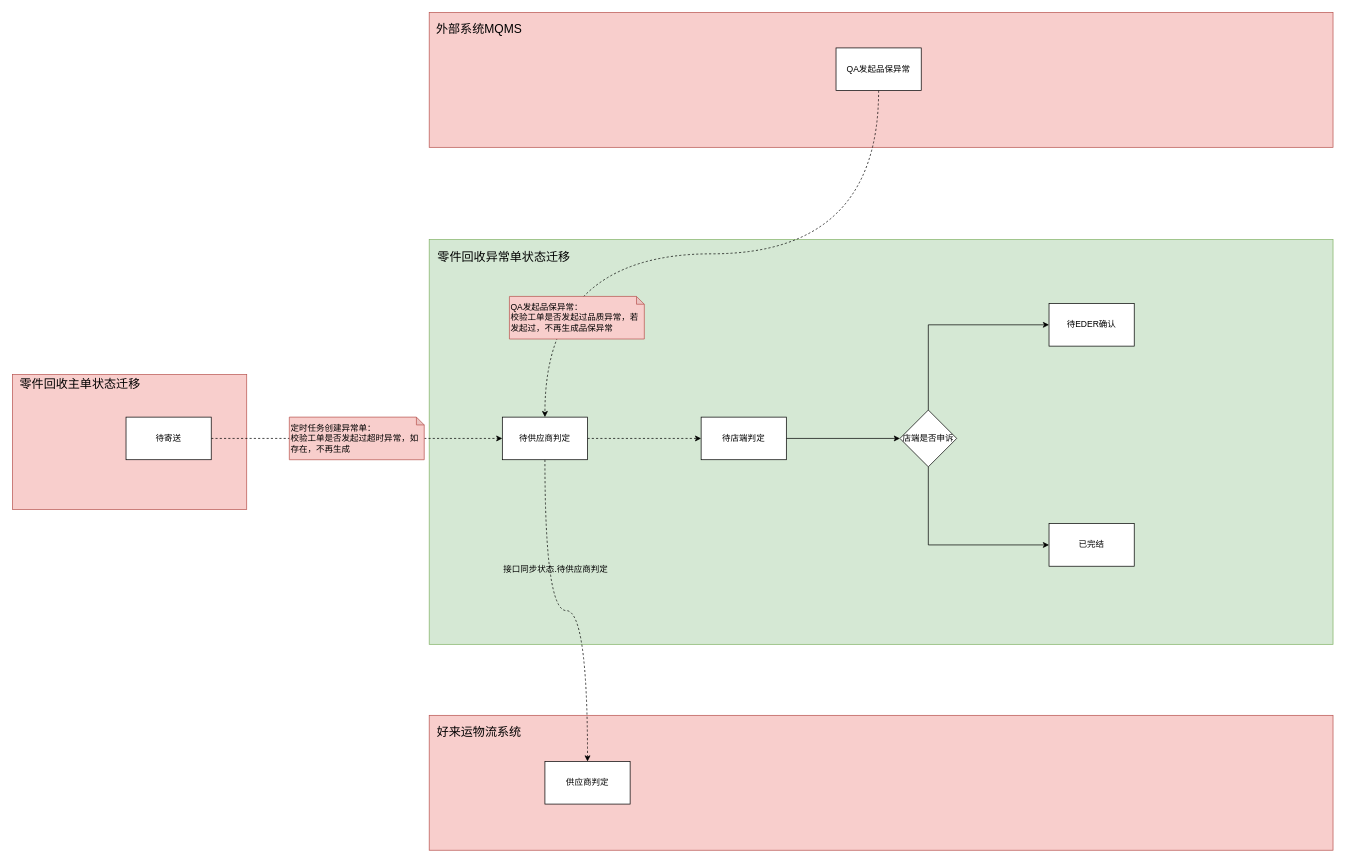
Above: 零件回收异常单事件设计.drawio in 1132489442/designer (draw.io), before the change. Source tidied: cells renumbered, new cells numbered last; positions are measured from the earlier drawing's top-left corner, leaving out a move shared by most shapes. Both pictures are drawn from the tidied source at 71%, with x=0, y=0 at pixel (12, 12).
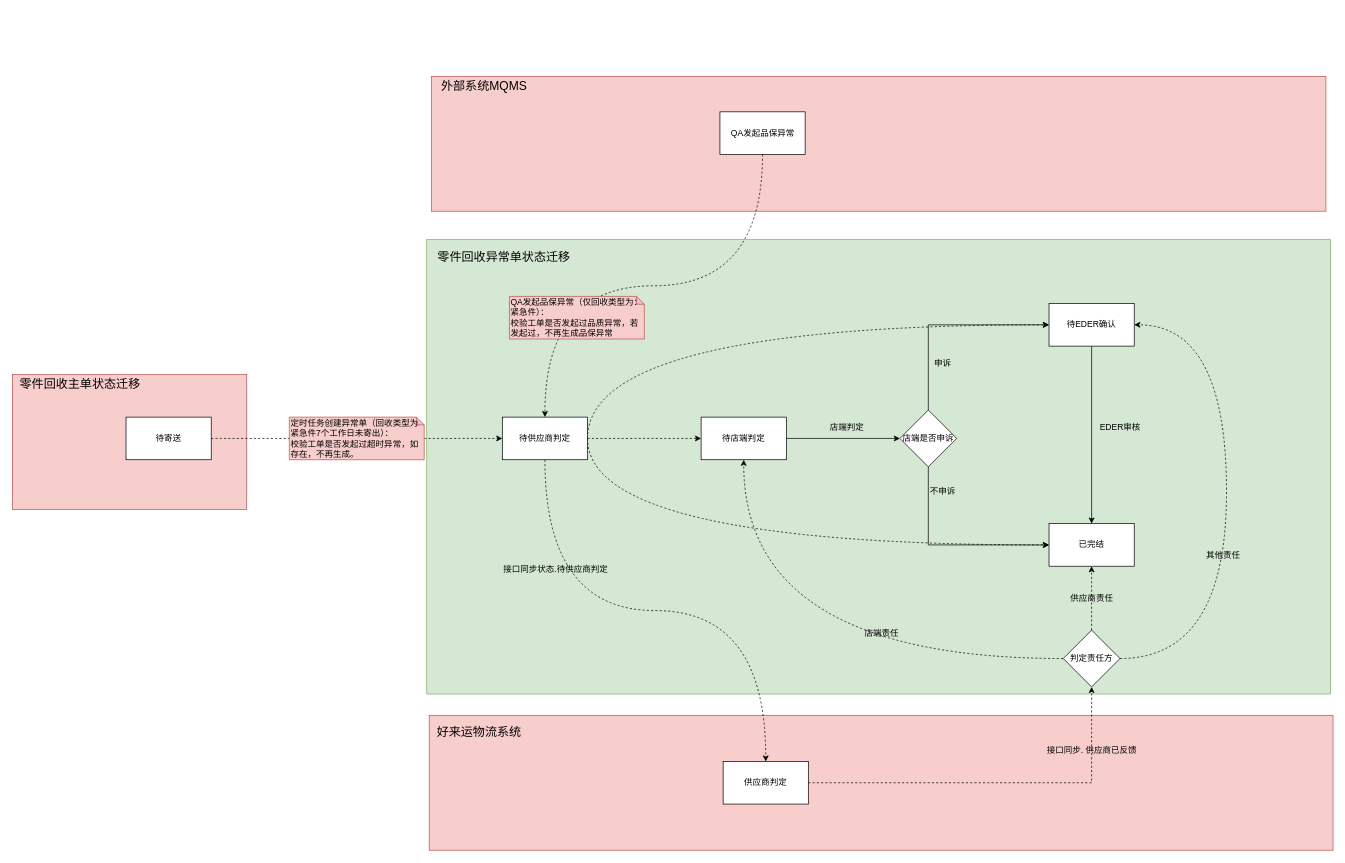
Above is the later version.

Commit message (it also covers changes not shown here):
更新零件回收异常单事件设计.drawio

The change refers to these unchanged cells:
```xml
<mxCell id="11" value="&lt;span style=&quot;font-size: 12px;&quot;&gt;待供应商判定&lt;/span&gt;" style="rounded=0;whiteSpace=wrap;html=1;" parent="1" vertex="1">
  <mxGeometry x="690" y="570" width="120" height="60" as="geometry" />
</mxCell>
<mxCell id="13" value="&lt;span style=&quot;font-size: 12px;&quot;&gt;待店端判定&lt;/span&gt;" style="rounded=0;whiteSpace=wrap;html=1;" parent="1" vertex="1">
  <mxGeometry x="970" y="570" width="120" height="60" as="geometry" />
</mxCell>
<mxCell id="14" value="&lt;span style=&quot;font-size: 12px;&quot;&gt;待EDER确认&lt;/span&gt;" style="rounded=0;whiteSpace=wrap;html=1;" parent="1" vertex="1">
  <mxGeometry x="1460" y="410" width="120" height="60" as="geometry" />
</mxCell>
<mxCell id="15" value="&lt;span style=&quot;font-size: 12px;&quot;&gt;已完结&lt;/span&gt;" style="rounded=0;whiteSpace=wrap;html=1;" parent="1" vertex="1">
  <mxGeometry x="1460" y="720" width="120" height="60" as="geometry" />
</mxCell>
```

Change to the diagram source:
```diff
@@
     <mxCell id="2" style="rounded=0;whiteSpace=wrap;html=1;fillColor=#f8cecc;strokeColor=#b85450;" parent="1" vertex="1">
-      <mxGeometry x="587" width="1273" height="190" as="geometry" />
+      <mxGeometry x="590" y="90" width="1260" height="190" as="geometry" />
     </mxCell>
     <mxCell id="3" style="rounded=0;whiteSpace=wrap;html=1;fillColor=#d5e8d4;strokeColor=#82b366;" parent="1" vertex="1">
-      <mxGeometry x="587" y="320" width="1273" height="570" as="geometry" />
+      <mxGeometry x="583.5" y="320" width="1273" height="640" as="geometry" />
     </mxCell>
@@
+    <mxCell id="28" style="edgeStyle=orthogonalEdgeStyle;rounded=0;jettySize=auto;html=1;exitX=1;exitY=0.5;exitDx=0;exitDy=0;entryX=0;entryY=0.5;entryDx=0;entryDy=0;dashed=1;curved=1;" parent="1" edge="1" source="11" target="15">
+      <mxGeometry relative="1" as="geometry">
+        <Array as="points">
+          <mxPoint x="810" y="750" />
+        </Array>
+      </mxGeometry>
+    </mxCell>
+    <mxCell id="29" style="edgeStyle=orthogonalEdgeStyle;rounded=0;jettySize=auto;html=1;exitX=1;exitY=0.5;exitDx=0;exitDy=0;entryX=0;entryY=0.5;entryDx=0;entryDy=0;curved=1;dashed=1;" parent="1" edge="1" source="11" target="14">
+      <mxGeometry relative="1" as="geometry">
+        <Array as="points">
+          <mxPoint x="810" y="440" />
+        </Array>
+      </mxGeometry>
+    </mxCell>
@@
+    <mxCell id="30" style="edgeStyle=orthogonalEdgeStyle;rounded=0;jettySize=auto;html=1;exitX=0.5;exitY=1;exitDx=0;exitDy=0;entryX=0.5;entryY=0;entryDx=0;entryDy=0;" parent="1" edge="1" source="14" target="15">
+      <mxGeometry relative="1" as="geometry" />
+    </mxCell>
@@
     <mxCell id="17" value="QA发起品保异常" style="rounded=0;whiteSpace=wrap;html=1;" parent="1" vertex="1">
-      <mxGeometry x="1160" y="50" width="120" height="60" as="geometry" />
+      <mxGeometry x="996.5" y="140" width="120" height="60" as="geometry" />
     </mxCell>
     <mxCell id="18" value="外部系统MQMS" style="text;html=1;align=center;verticalAlign=middle;strokeColor=none;fillColor=none;fontSize=17;" parent="1" vertex="1">
-      <mxGeometry x="587" y="10" width="140" height="30" as="geometry" />
+      <mxGeometry x="593.5" y="90" width="140" height="30" as="geometry" />
     </mxCell>
@@
+    <mxCell id="31" style="edgeStyle=orthogonalEdgeStyle;rounded=0;jettySize=auto;html=1;exitX=1;exitY=0.5;exitDx=0;exitDy=0;entryX=0.5;entryY=1;entryDx=0;entryDy=0;dashed=1;" parent="1" edge="1" source="24" target="38">
+      <mxGeometry relative="1" as="geometry" />
+    </mxCell>
     <mxCell id="24" value="&lt;span style=&quot;font-size: 12px;&quot;&gt;供应商判定&lt;/span&gt;" style="rounded=0;whiteSpace=wrap;html=1;" parent="1" vertex="1">
-      <mxGeometry x="750" y="1055" width="120" height="60" as="geometry" />
+      <mxGeometry x="1001" y="1055" width="120" height="60" as="geometry" />
     </mxCell>
-    <mxCell id="25" value="QA发起品保异常：&lt;br&gt;校验工单是否发起过品质异常，若发起过，不再生成品保异常" style="shape=note;whiteSpace=wrap;html=1;backgroundOutline=1;darkOpacity=0.05;size=11;fillColor=#f8cecc;strokeColor=#b85450;align=left;" parent="1" vertex="1">
+    <mxCell id="25" value="QA发起品保异常（仅回收类型为：紧急件）：&lt;br&gt;校验工单是否发起过品质异常，若发起过，不再生成品保异常" style="shape=note;whiteSpace=wrap;html=1;backgroundOutline=1;darkOpacity=0.05;size=11;fillColor=#f8cecc;strokeColor=#b85450;align=left;" parent="1" vertex="1">
       <mxGeometry x="700" y="400" width="190" height="60" as="geometry" />
     </mxCell>
-    <mxCell id="26" value="&lt;span style=&quot;text-wrap: nowrap;&quot;&gt;定时任务创建异常单：&lt;br&gt;校验工单是否发起过超时异常，如&lt;br&gt;存在，不再生成&lt;/span&gt;" style="shape=note;html=1;backgroundOutline=1;darkOpacity=0.05;size=11;fillColor=#f8cecc;strokeColor=#b85450;align=left;whiteSpace=wrap;" parent="1" vertex="1">
+    <mxCell id="26" value="&lt;span style=&quot;text-wrap: nowrap;&quot;&gt;定时任务创建异常单（回收类型为&lt;br&gt;紧急件7个工作日未寄出）：&lt;br&gt;校验工单是否发起过超时异常，如&lt;br&gt;存在，不再生成。&lt;/span&gt;" style="shape=note;html=1;backgroundOutline=1;darkOpacity=0.05;size=11;fillColor=#f8cecc;strokeColor=#b85450;align=left;whiteSpace=wrap;" parent="1" vertex="1">
       <mxGeometry x="390" y="570" width="190" height="60" as="geometry" />
     </mxCell>
@@
+    <mxCell id="32" value="不申诉" style="text;html=1;align=center;verticalAlign=middle;strokeColor=none;fillColor=none;" parent="1" vertex="1">
+      <mxGeometry x="1280" y="660" width="60" height="30" as="geometry" />
+    </mxCell>
+    <mxCell id="33" value="申诉" style="text;html=1;align=center;verticalAlign=middle;strokeColor=none;fillColor=none;" parent="1" vertex="1">
+      <mxGeometry x="1285" y="480" width="50" height="30" as="geometry" />
+    </mxCell>
+    <mxCell id="34" value="EDER审核" style="text;html=1;align=center;verticalAlign=middle;strokeColor=none;fillColor=none;" parent="1" vertex="1">
+      <mxGeometry x="1520" y="570" width="80" height="30" as="geometry" />
+    </mxCell>
+    <mxCell id="35" style="edgeStyle=orthogonalEdgeStyle;rounded=0;jettySize=auto;html=1;exitX=0;exitY=0.5;exitDx=0;exitDy=0;entryX=0.5;entryY=1;entryDx=0;entryDy=0;curved=1;dashed=1;" parent="1" edge="1" source="38" target="13">
+      <mxGeometry relative="1" as="geometry" />
+    </mxCell>
+    <mxCell id="36" style="edgeStyle=orthogonalEdgeStyle;rounded=0;jettySize=auto;html=1;exitX=0.5;exitY=0;exitDx=0;exitDy=0;entryX=0.5;entryY=1;entryDx=0;entryDy=0;dashed=1;" parent="1" edge="1" source="38" target="15">
+      <mxGeometry relative="1" as="geometry" />
+    </mxCell>
+    <mxCell id="37" style="edgeStyle=orthogonalEdgeStyle;rounded=0;jettySize=auto;html=1;exitX=1;exitY=0.5;exitDx=0;exitDy=0;entryX=1;entryY=0.5;entryDx=0;entryDy=0;curved=1;dashed=1;" parent="1" edge="1" source="38" target="14">
+      <mxGeometry relative="1" as="geometry">
+        <Array as="points">
+          <mxPoint x="1710" y="910" />
+          <mxPoint x="1710" y="440" />
+        </Array>
+      </mxGeometry>
+    </mxCell>
+    <mxCell id="38" value="判定责任方" style="rhombus;whiteSpace=wrap;html=1;" parent="1" vertex="1">
+      <mxGeometry x="1480" y="870" width="80" height="80" as="geometry" />
+    </mxCell>
+    <mxCell id="39" value="店端责任" style="text;html=1;align=center;verticalAlign=middle;strokeColor=none;fillColor=none;" parent="1" vertex="1">
+      <mxGeometry x="1188.5" y="860" width="70" height="30" as="geometry" />
+    </mxCell>
+    <mxCell id="40" value="其他责任" style="text;html=1;align=center;verticalAlign=middle;strokeColor=none;fillColor=none;" parent="1" vertex="1">
+      <mxGeometry x="1670" y="750" width="70" height="30" as="geometry" />
+    </mxCell>
+    <mxCell id="41" value="供应商责任" style="text;html=1;align=center;verticalAlign=middle;strokeColor=none;fillColor=none;" parent="1" vertex="1">
+      <mxGeometry x="1480" y="810" width="80" height="30" as="geometry" />
+    </mxCell>
+    <mxCell id="42" value="接口同步. 供应商已反馈" style="text;html=1;align=center;verticalAlign=middle;strokeColor=none;fillColor=none;" parent="1" vertex="1">
+      <mxGeometry x="1445" y="1025" width="150" height="30" as="geometry" />
+    </mxCell>
+    <mxCell id="43" value="店端判定" style="text;html=1;align=center;verticalAlign=middle;strokeColor=none;fillColor=none;" parent="1" vertex="1">
+      <mxGeometry x="1140" y="570" width="70" height="30" as="geometry" />
+    </mxCell>
```
